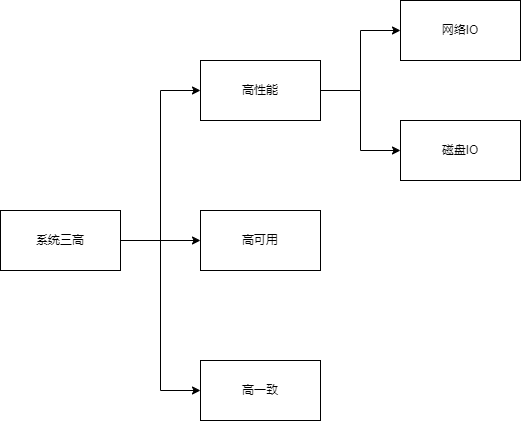
This is images/draw/SchemaProperties.png from wt1814/wt1814.github.io, a draw.io export, as it was before one commit. Source tidied: cells renumbered, new cells last; positions are measured from the earlier drawing's top-left corner, leaving out a move shared by most shapes.
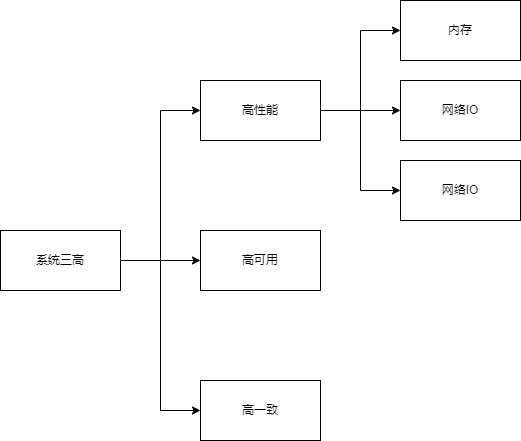
The same diagram one commit later.

What changed in the source:
```diff
@@ -26,14 +26,20 @@
     <mxCell id="9" style="edgeStyle=orthogonalEdgeStyle;rounded=0;jettySize=auto;html=1;entryX=0;entryY=0.5;entryDx=0;entryDy=0;" parent="1" edge="1" source="10" target="12">
       <mxGeometry relative="1" as="geometry" />
     </mxCell>
+    <mxCell id="13" style="edgeStyle=orthogonalEdgeStyle;rounded=0;jettySize=auto;html=1;entryX=0;entryY=0.5;entryDx=0;entryDy=0;" parent="1" edge="1" source="10" target="14">
+      <mxGeometry relative="1" as="geometry" />
+    </mxCell>
     <mxCell id="10" value="高性能" style="rounded=0;whiteSpace=wrap;html=1;" parent="1" vertex="1">
       <mxGeometry x="200" y="60" width="120" height="60" as="geometry" />
     </mxCell>
     <mxCell id="11" value="网络IO" style="rounded=0;whiteSpace=wrap;html=1;" parent="1" vertex="1">
-      <mxGeometry x="400" width="120" height="60" as="geometry" />
+      <mxGeometry x="400" y="60" width="120" height="60" as="geometry" />
     </mxCell>
-    <mxCell id="12" value="磁盘IO" style="rounded=0;whiteSpace=wrap;html=1;" parent="1" vertex="1">
-      <mxGeometry x="400" y="120" width="120" height="60" as="geometry" />
+    <mxCell id="12" value="网络IO" style="rounded=0;whiteSpace=wrap;html=1;" parent="1" vertex="1">
+      <mxGeometry x="400" y="140" width="120" height="60" as="geometry" />
     </mxCell>
+    <mxCell id="14" value="内存" style="rounded=0;whiteSpace=wrap;html=1;" parent="1" vertex="1">
+      <mxGeometry x="400" y="-20" width="120" height="60" as="geometry" />
+    </mxCell>
   </root>
 </mxGraphModel>
```
